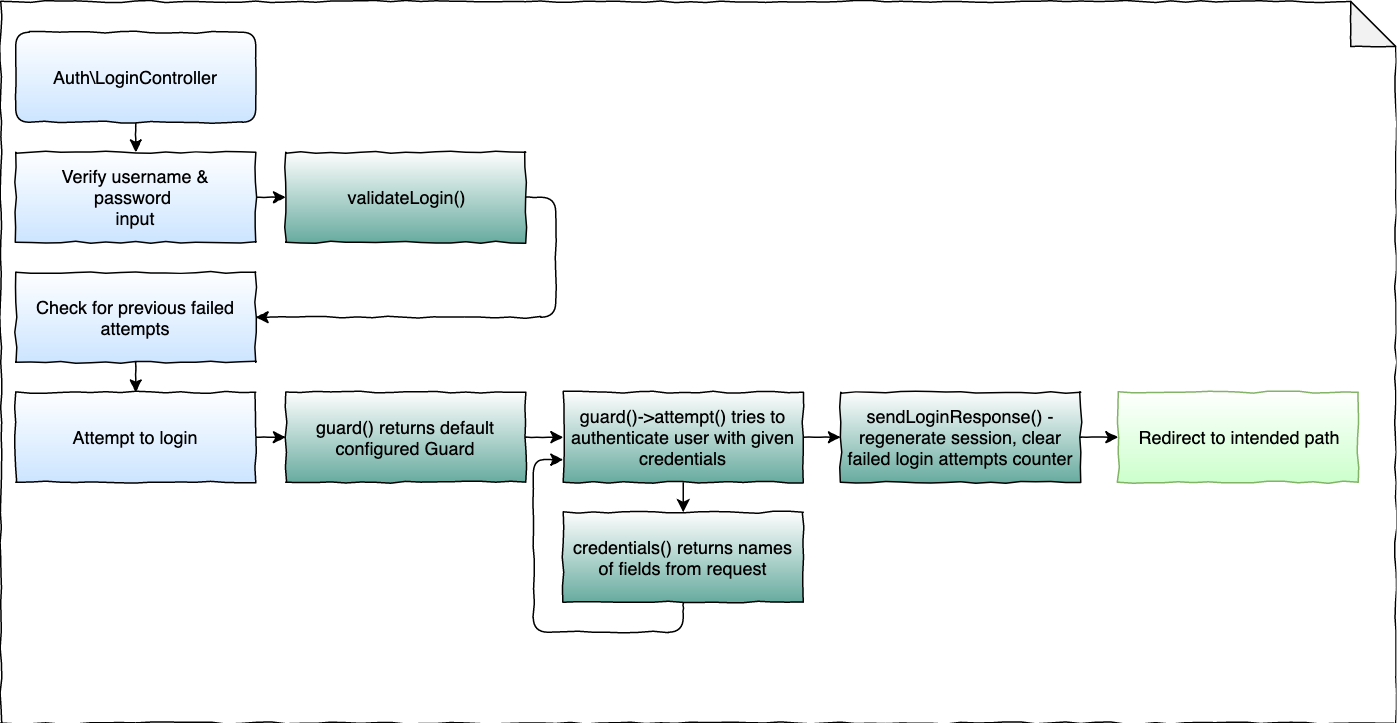
The draw.io diagram login-flow.png in piotr-jura-udemy/laravel-cheat-sheet, before a commit. Source tidied: cells renumbered, new cells last; positions are measured from the earlier drawing's top-left corner, leaving out a move shared by most shapes.
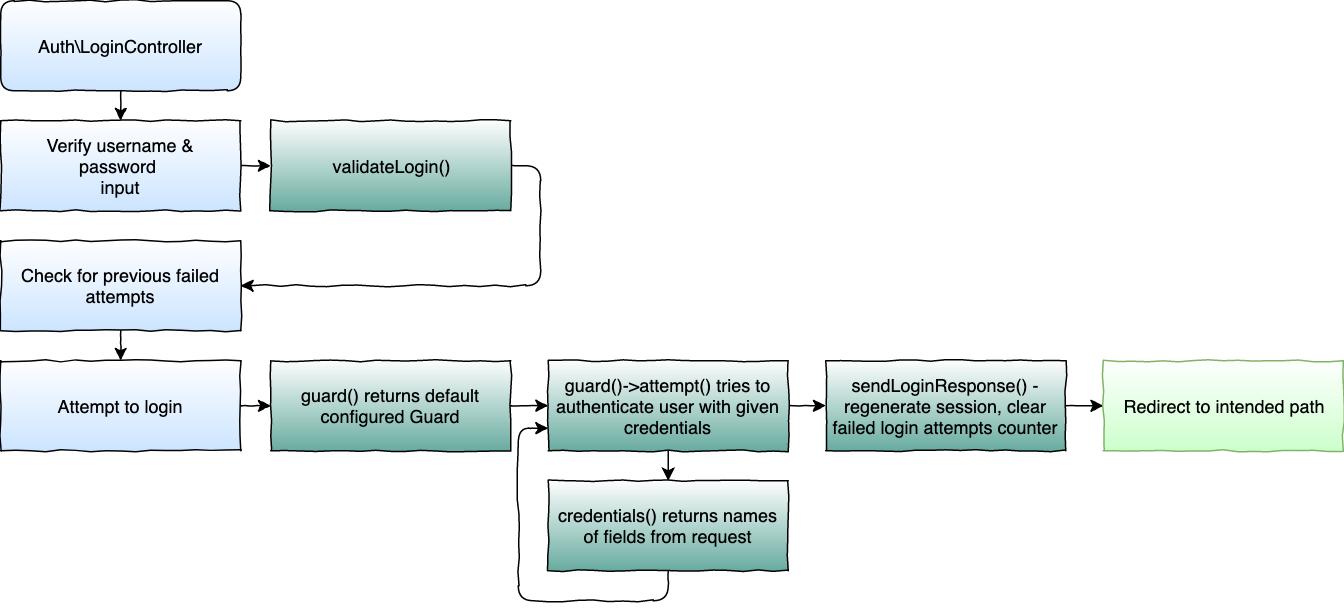
The same diagram one commit later.

Diff of the diagram source:
```diff
@@ -2,68 +2,65 @@
   <root>
     <mxCell id="0" />
     <mxCell id="1" parent="0" />
-    <mxCell id="2" style="shape=note;whiteSpace=wrap;html=1;backgroundOutline=1;darkOpacity=0.05;labelBackgroundColor=none;fillColor=none;gradientColor=#CCE5FF;fontSize=12;comic=1;" parent="1" vertex="1">
-      <mxGeometry y="-0.5" width="930" height="481" as="geometry" />
+    <mxCell id="2" style="edgeStyle=orthogonalEdgeStyle;rounded=1;jettySize=auto;html=1;exitX=0.5;exitY=1;exitDx=0;exitDy=0;entryX=0.5;entryY=0;entryDx=0;entryDy=0;strokeWidth=1;fontSize=12;comic=1;" parent="1" edge="1" source="3" target="5">
+      <mxGeometry relative="1" as="geometry" />
     </mxCell>
-    <mxCell id="3" style="edgeStyle=orthogonalEdgeStyle;rounded=1;jettySize=auto;html=1;exitX=0.5;exitY=1;exitDx=0;exitDy=0;entryX=0.5;entryY=0;entryDx=0;entryDy=0;strokeWidth=1;fontSize=12;comic=1;" parent="1" edge="1" source="4" target="6">
-      <mxGeometry relative="1" as="geometry" />
+    <mxCell id="3" value="Auth\LoginController" style="rounded=1;whiteSpace=wrap;html=1;labelBackgroundColor=none;fillColor=#ffffff;gradientColor=#CCE5FF;fontSize=12;align=center;shadow=0;glass=1;comic=1;" parent="1" vertex="1">
+      <mxGeometry x="-175" y="20" width="160" height="60" as="geometry" />
     </mxCell>
-    <mxCell id="4" value="Auth\LoginController" style="rounded=1;whiteSpace=wrap;html=1;labelBackgroundColor=none;fillColor=#ffffff;gradientColor=#CCE5FF;fontSize=12;align=center;shadow=0;glass=1;comic=1;" parent="1" vertex="1">
-      <mxGeometry x="10" y="20" width="160" height="60" as="geometry" />
+    <mxCell id="4" style="edgeStyle=orthogonalEdgeStyle;rounded=1;jettySize=auto;html=1;exitX=1;exitY=0.5;exitDx=0;exitDy=0;entryX=0;entryY=0.5;entryDx=0;entryDy=0;strokeWidth=1;fontSize=12;comic=1;" parent="1" edge="1" source="5" target="11">
+      <mxGeometry relative="1" as="geometry" />
     </mxCell>
-    <mxCell id="5" style="edgeStyle=orthogonalEdgeStyle;rounded=1;jettySize=auto;html=1;exitX=1;exitY=0.5;exitDx=0;exitDy=0;entryX=0;entryY=0.5;entryDx=0;entryDy=0;strokeWidth=1;fontSize=12;comic=1;" parent="1" edge="1" source="6" target="12">
-      <mxGeometry relative="1" as="geometry" />
+    <mxCell id="5" value="Verify username &amp;amp; password&amp;nbsp;&lt;br&gt;input&lt;br&gt;" style="rounded=0;whiteSpace=wrap;html=1;labelBackgroundColor=none;fillColor=#ffffff;gradientColor=#CCE5FF;fontSize=12;align=center;comic=1;" parent="1" vertex="1">
+      <mxGeometry x="-175" y="100" width="160" height="60" as="geometry" />
     </mxCell>
-    <mxCell id="6" value="Verify username &amp;amp; password&amp;nbsp;&lt;br&gt;input&lt;br&gt;" style="rounded=0;whiteSpace=wrap;html=1;labelBackgroundColor=none;fillColor=#ffffff;gradientColor=#CCE5FF;fontSize=12;align=center;comic=1;" parent="1" vertex="1">
-      <mxGeometry x="10" y="100" width="160" height="60" as="geometry" />
+    <mxCell id="6" style="edgeStyle=orthogonalEdgeStyle;rounded=1;jettySize=auto;html=1;exitX=0.5;exitY=1;exitDx=0;exitDy=0;entryX=0.5;entryY=0;entryDx=0;entryDy=0;strokeWidth=1;fontSize=12;comic=1;" parent="1" edge="1" source="7" target="9">
+      <mxGeometry relative="1" as="geometry" />
     </mxCell>
-    <mxCell id="7" style="edgeStyle=orthogonalEdgeStyle;rounded=1;jettySize=auto;html=1;exitX=0.5;exitY=1;exitDx=0;exitDy=0;entryX=0.5;entryY=0;entryDx=0;entryDy=0;strokeWidth=1;fontSize=12;comic=1;" parent="1" edge="1" source="8" target="10">
-      <mxGeometry relative="1" as="geometry" />
+    <mxCell id="7" value="Check for previous failed attempts&lt;br&gt;" style="rounded=0;whiteSpace=wrap;html=1;labelBackgroundColor=none;fillColor=#ffffff;gradientColor=#CCE5FF;fontSize=12;align=center;comic=1;" parent="1" vertex="1">
+      <mxGeometry x="-175" y="180" width="160" height="60" as="geometry" />
     </mxCell>
-    <mxCell id="8" value="Check for previous failed attempts&lt;br&gt;" style="rounded=0;whiteSpace=wrap;html=1;labelBackgroundColor=none;fillColor=#ffffff;gradientColor=#CCE5FF;fontSize=12;align=center;comic=1;" parent="1" vertex="1">
-      <mxGeometry x="10" y="180" width="160" height="60" as="geometry" />
+    <mxCell id="8" style="edgeStyle=orthogonalEdgeStyle;rounded=1;jettySize=auto;html=1;exitX=1;exitY=0.5;exitDx=0;exitDy=0;entryX=0;entryY=0.5;entryDx=0;entryDy=0;strokeWidth=1;fontSize=12;comic=1;" parent="1" edge="1" source="9" target="13">
+      <mxGeometry relative="1" as="geometry" />
     </mxCell>
-    <mxCell id="9" style="edgeStyle=orthogonalEdgeStyle;rounded=1;jettySize=auto;html=1;exitX=1;exitY=0.5;exitDx=0;exitDy=0;entryX=0;entryY=0.5;entryDx=0;entryDy=0;strokeWidth=1;fontSize=12;comic=1;" parent="1" edge="1" source="10" target="14">
-      <mxGeometry relative="1" as="geometry" />
+    <mxCell id="9" value="Attempt to login&lt;br&gt;" style="rounded=0;whiteSpace=wrap;html=1;labelBackgroundColor=none;fillColor=#ffffff;gradientColor=#CCE5FF;fontSize=12;align=center;comic=1;" parent="1" vertex="1">
+      <mxGeometry x="-175" y="260" width="160" height="60" as="geometry" />
     </mxCell>
-    <mxCell id="10" value="Attempt to login&lt;br&gt;" style="rounded=0;whiteSpace=wrap;html=1;labelBackgroundColor=none;fillColor=#ffffff;gradientColor=#CCE5FF;fontSize=12;align=center;comic=1;" parent="1" vertex="1">
-      <mxGeometry x="10" y="260" width="160" height="60" as="geometry" />
+    <mxCell id="10" style="edgeStyle=orthogonalEdgeStyle;rounded=1;jettySize=auto;html=1;exitX=1;exitY=0.5;exitDx=0;exitDy=0;entryX=1;entryY=0.5;entryDx=0;entryDy=0;strokeWidth=1;fontSize=12;comic=1;" parent="1" edge="1" source="11" target="7">
+      <mxGeometry relative="1" as="geometry" />
     </mxCell>
-    <mxCell id="11" style="edgeStyle=orthogonalEdgeStyle;rounded=1;jettySize=auto;html=1;exitX=1;exitY=0.5;exitDx=0;exitDy=0;entryX=1;entryY=0.5;entryDx=0;entryDy=0;strokeWidth=1;fontSize=12;comic=1;" parent="1" edge="1" source="12" target="8">
-      <mxGeometry relative="1" as="geometry" />
+    <mxCell id="11" value="&lt;div&gt;&lt;span&gt;validateLogin()&lt;/span&gt;&lt;/div&gt;" style="rounded=0;whiteSpace=wrap;html=1;labelBackgroundColor=none;fillColor=#ffffff;gradientColor=#67AB9F;fontSize=12;align=center;comic=1;" parent="1" vertex="1">
+      <mxGeometry x="5" y="100" width="160" height="60" as="geometry" />
     </mxCell>
-    <mxCell id="12" value="&lt;div&gt;&lt;span&gt;validateLogin()&lt;/span&gt;&lt;/div&gt;" style="rounded=0;whiteSpace=wrap;html=1;labelBackgroundColor=none;fillColor=#ffffff;gradientColor=#67AB9F;fontSize=12;align=center;comic=1;" parent="1" vertex="1">
-      <mxGeometry x="190" y="100" width="160" height="60" as="geometry" />
+    <mxCell id="12" style="edgeStyle=orthogonalEdgeStyle;rounded=1;jettySize=auto;html=1;exitX=1;exitY=0.5;exitDx=0;exitDy=0;entryX=0;entryY=0.5;entryDx=0;entryDy=0;strokeWidth=1;fontSize=12;comic=1;" parent="1" edge="1" source="13" target="16">
+      <mxGeometry relative="1" as="geometry" />
     </mxCell>
-    <mxCell id="13" style="edgeStyle=orthogonalEdgeStyle;rounded=1;jettySize=auto;html=1;exitX=1;exitY=0.5;exitDx=0;exitDy=0;entryX=0;entryY=0.5;entryDx=0;entryDy=0;strokeWidth=1;fontSize=12;comic=1;" parent="1" edge="1" source="14" target="17">
-      <mxGeometry relative="1" as="geometry" />
+    <mxCell id="13" value="guard() returns default configured Guard" style="rounded=0;whiteSpace=wrap;html=1;labelBackgroundColor=none;fillColor=#ffffff;gradientColor=#67AB9F;fontSize=12;align=center;comic=1;" parent="1" vertex="1">
+      <mxGeometry x="5" y="260" width="160" height="60" as="geometry" />
     </mxCell>
-    <mxCell id="14" value="guard() returns default configured Guard" style="rounded=0;whiteSpace=wrap;html=1;labelBackgroundColor=none;fillColor=#ffffff;gradientColor=#67AB9F;fontSize=12;align=center;comic=1;" parent="1" vertex="1">
-      <mxGeometry x="190" y="260" width="160" height="60" as="geometry" />
+    <mxCell id="14" style="edgeStyle=orthogonalEdgeStyle;rounded=1;jettySize=auto;html=1;exitX=0.5;exitY=1;exitDx=0;exitDy=0;entryX=0.5;entryY=0;entryDx=0;entryDy=0;strokeWidth=1;fontSize=12;" parent="1" edge="1" source="16" target="18">
+      <mxGeometry relative="1" as="geometry" />
     </mxCell>
-    <mxCell id="15" style="edgeStyle=orthogonalEdgeStyle;rounded=1;jettySize=auto;html=1;exitX=0.5;exitY=1;exitDx=0;exitDy=0;entryX=0.5;entryY=0;entryDx=0;entryDy=0;strokeWidth=1;fontSize=12;" parent="1" edge="1" source="17" target="19">
+    <mxCell id="15" style="edgeStyle=orthogonalEdgeStyle;rounded=1;jettySize=auto;html=1;exitX=1;exitY=0.5;exitDx=0;exitDy=0;entryX=0;entryY=0.5;entryDx=0;entryDy=0;strokeWidth=1;fontSize=12;comic=1;" parent="1" edge="1" source="16" target="20">
       <mxGeometry relative="1" as="geometry" />
     </mxCell>
-    <mxCell id="16" style="edgeStyle=orthogonalEdgeStyle;rounded=1;jettySize=auto;html=1;exitX=1;exitY=0.5;exitDx=0;exitDy=0;entryX=0;entryY=0.5;entryDx=0;entryDy=0;strokeWidth=1;fontSize=12;comic=1;" parent="1" edge="1" source="17" target="21">
-      <mxGeometry relative="1" as="geometry" />
+    <mxCell id="16" value="guard()-&amp;gt;attempt() tries to authenticate user with given credentials" style="rounded=0;whiteSpace=wrap;html=1;labelBackgroundColor=none;fillColor=#ffffff;gradientColor=#67AB9F;fontSize=12;align=center;comic=1;" parent="1" vertex="1">
+      <mxGeometry x="190" y="260" width="160" height="60" as="geometry" />
     </mxCell>
-    <mxCell id="17" value="guard()-&amp;gt;attempt() tries to authenticate user with given credentials" style="rounded=0;whiteSpace=wrap;html=1;labelBackgroundColor=none;fillColor=#ffffff;gradientColor=#67AB9F;fontSize=12;align=center;comic=1;" parent="1" vertex="1">
-      <mxGeometry x="375" y="260" width="160" height="60" as="geometry" />
+    <mxCell id="17" style="edgeStyle=orthogonalEdgeStyle;rounded=1;jettySize=auto;html=1;exitX=0.5;exitY=1;exitDx=0;exitDy=0;entryX=0;entryY=0.75;entryDx=0;entryDy=0;strokeWidth=1;fontSize=12;comic=1;" parent="1" edge="1" source="18" target="16">
+      <mxGeometry relative="1" as="geometry" />
     </mxCell>
-    <mxCell id="18" style="edgeStyle=orthogonalEdgeStyle;rounded=1;jettySize=auto;html=1;exitX=0.5;exitY=1;exitDx=0;exitDy=0;entryX=0;entryY=0.75;entryDx=0;entryDy=0;strokeWidth=1;fontSize=12;comic=1;" parent="1" edge="1" source="19" target="17">
-      <mxGeometry relative="1" as="geometry" />
+    <mxCell id="18" value="credentials() returns names of fields from request" style="rounded=0;whiteSpace=wrap;html=1;labelBackgroundColor=none;fillColor=#ffffff;gradientColor=#67AB9F;fontSize=12;align=center;comic=1;" parent="1" vertex="1">
+      <mxGeometry x="190" y="340" width="160" height="60" as="geometry" />
     </mxCell>
-    <mxCell id="19" value="credentials() returns names of fields from request" style="rounded=0;whiteSpace=wrap;html=1;labelBackgroundColor=none;fillColor=#ffffff;gradientColor=#67AB9F;fontSize=12;align=center;comic=1;" parent="1" vertex="1">
-      <mxGeometry x="375" y="340" width="160" height="60" as="geometry" />
+    <mxCell id="19" style="edgeStyle=orthogonalEdgeStyle;rounded=1;jettySize=auto;html=1;exitX=1;exitY=0.5;exitDx=0;exitDy=0;entryX=0;entryY=0.5;entryDx=0;entryDy=0;strokeWidth=1;fontSize=12;comic=1;" parent="1" edge="1" source="20" target="21">
+      <mxGeometry relative="1" as="geometry" />
     </mxCell>
-    <mxCell id="20" style="edgeStyle=orthogonalEdgeStyle;rounded=1;jettySize=auto;html=1;exitX=1;exitY=0.5;exitDx=0;exitDy=0;entryX=0;entryY=0.5;entryDx=0;entryDy=0;strokeWidth=1;fontSize=12;comic=1;" parent="1" edge="1" source="21" target="22">
-      <mxGeometry relative="1" as="geometry" />
+    <mxCell id="20" value="sendLoginResponse() - regenerate session, clear failed login attempts counter" style="rounded=0;whiteSpace=wrap;html=1;labelBackgroundColor=none;fillColor=#ffffff;gradientColor=#67AB9F;fontSize=12;align=center;comic=1;" parent="1" vertex="1">
+      <mxGeometry x="375" y="260" width="160" height="60" as="geometry" />
     </mxCell>
-    <mxCell id="21" value="sendLoginResponse() - regenerate session, clear failed login attempts counter" style="rounded=0;whiteSpace=wrap;html=1;labelBackgroundColor=none;fillColor=#ffffff;gradientColor=#67AB9F;fontSize=12;align=center;comic=1;" parent="1" vertex="1">
+    <mxCell id="21" value="Redirect to intended path" style="rounded=0;whiteSpace=wrap;html=1;labelBackgroundColor=none;fillColor=#CCFFCC;fontSize=12;align=center;strokeColor=#82b366;comic=1;gradientColor=#ffffff;gradientDirection=north;" parent="1" vertex="1">
       <mxGeometry x="560" y="260" width="160" height="60" as="geometry" />
     </mxCell>
-    <mxCell id="22" value="Redirect to intended path" style="rounded=0;whiteSpace=wrap;html=1;labelBackgroundColor=none;fillColor=#CCFFCC;fontSize=12;align=center;strokeColor=#82b366;comic=1;gradientColor=#ffffff;gradientDirection=north;" parent="1" vertex="1">
-      <mxGeometry x="745" y="260" width="160" height="60" as="geometry" />
-    </mxCell>
   </root>
 </mxGraphModel>
```
